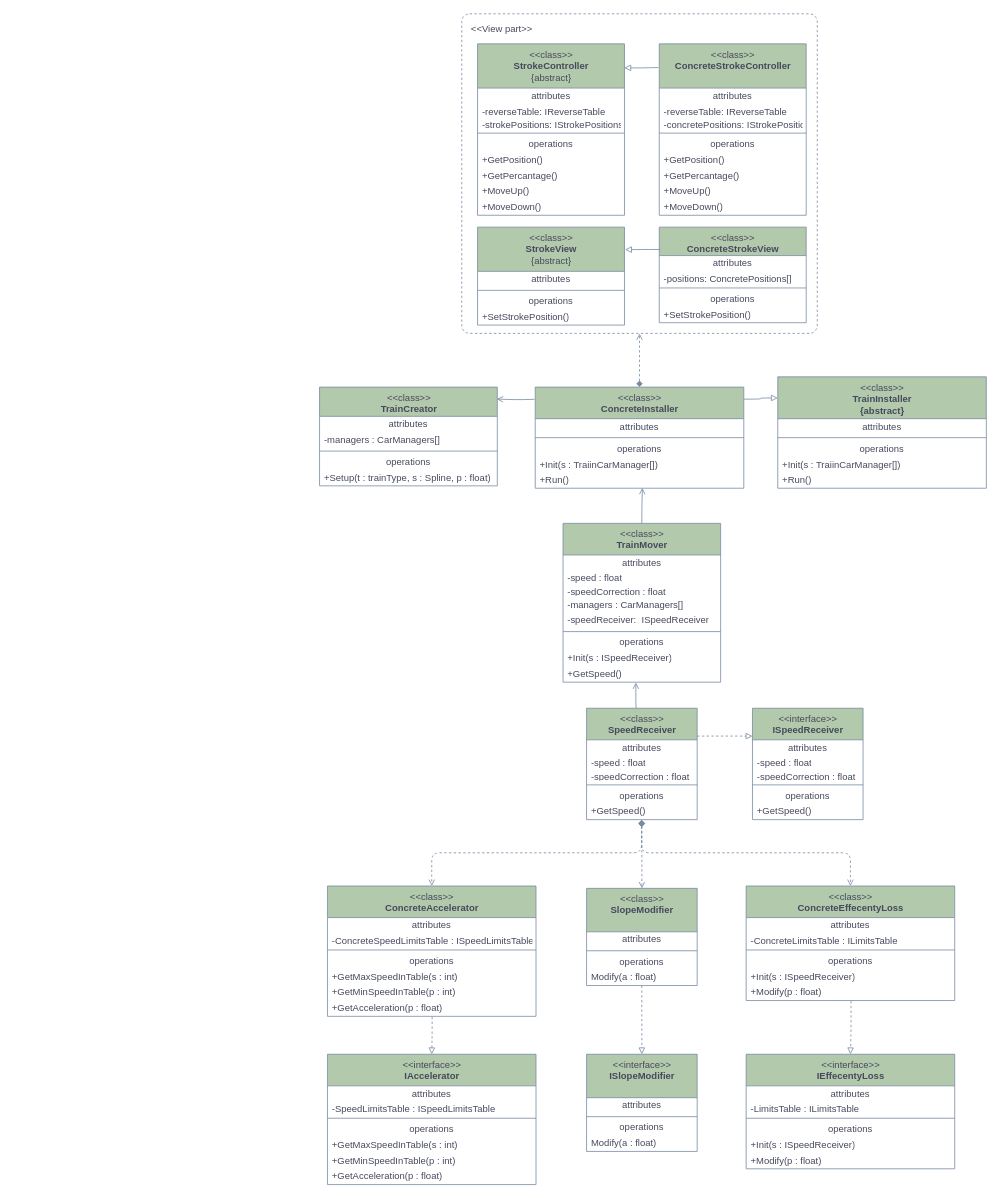
Artemor31/Files keeps this draw.io diagram as UML1.drawio. Above is the earlier version. Source tidied: cells renumbered, new cells numbered last; positions are measured from the earlier drawing's top-left corner, leaving out a move shared by most shapes. Both pictures are drawn from the tidied source at 79%, with x=0, y=0 at pixel (319, 13).
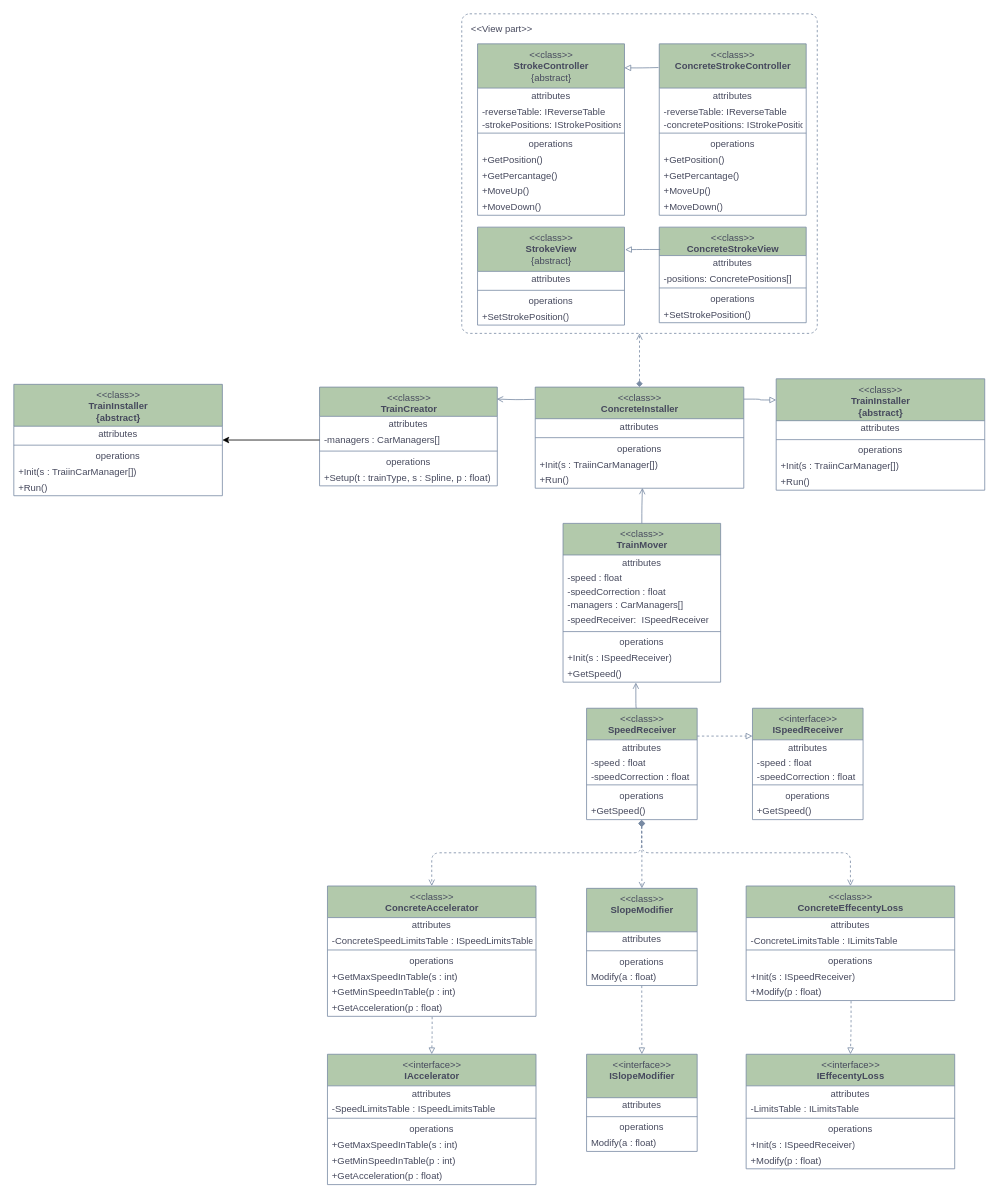
After the change.

Unchanged cells that the change refers to:
```xml
<mxCell id="14" value="-managers : CarManagers[]" style="text;html=1;strokeColor=none;fillColor=none;align=left;verticalAlign=middle;spacingLeft=4;spacingRight=4;overflow=hidden;points=[[0,0.5],[1,0.5]];portConstraint=eastwest;fontColor=#46495D;" parent="12" vertex="1">
  <mxGeometry y="57" width="225" height="20" as="geometry" />
</mxCell>
```

What changed in the source:
```diff
@@
     <mxCell id="72" value="&amp;lt;&amp;lt;class&amp;gt;&amp;gt;&lt;br&gt;&lt;b&gt;TrainInstaller&lt;br&gt;{abstract}&lt;br&gt;&lt;/b&gt;" style="swimlane;fontStyle=0;align=center;verticalAlign=top;horizontal=1;startSize=53;html=1;fillColor=#B2C9AB;strokeColor=#788AA3;fontColor=#46495D;" parent="1" vertex="1">
-      <mxGeometry x="580" y="459.5" width="264" height="141" as="geometry" />
+      <mxGeometry x="578" y="462" width="264" height="141" as="geometry" />
     </mxCell>
@@
+    <mxCell id="130" value="&amp;lt;&amp;lt;class&amp;gt;&amp;gt;&lt;br&gt;&lt;b&gt;TrainInstaller&lt;br&gt;{abstract}&lt;br&gt;&lt;/b&gt;" style="swimlane;fontStyle=0;align=center;verticalAlign=top;horizontal=1;startSize=53;html=1;fillColor=#B2C9AB;strokeColor=#788AA3;fontColor=#46495D;" parent="1" vertex="1">
+      <mxGeometry x="-387" y="469" width="264" height="141" as="geometry" />
+    </mxCell>
+    <mxCell id="131" value="attributes" style="text;html=1;strokeColor=none;fillColor=none;align=center;verticalAlign=middle;spacingLeft=4;spacingRight=4;overflow=hidden;fontColor=#46495D;" parent="130" vertex="1">
+      <mxGeometry y="53" width="264" height="20" as="geometry" />
+    </mxCell>
+    <mxCell id="132" style="line;strokeWidth=1;fillColor=none;align=left;verticalAlign=middle;spacingTop=-1;spacingLeft=3;spacingRight=3;labelPosition=right;strokeColor=#788AA3;fontColor=#46495D;" parent="130" vertex="1">
+      <mxGeometry y="73" width="264" height="8" as="geometry" />
+    </mxCell>
+    <mxCell id="133" value="operations" style="text;html=1;strokeColor=none;fillColor=none;align=center;verticalAlign=middle;spacingLeft=4;spacingRight=4;overflow=hidden;fontColor=#46495D;" parent="130" vertex="1">
+      <mxGeometry y="81" width="264" height="20" as="geometry" />
+    </mxCell>
+    <mxCell id="134" value="+Init(s : TraiinCarManager[])" style="text;html=1;strokeColor=none;fillColor=none;align=left;verticalAlign=middle;spacingLeft=4;spacingRight=4;overflow=hidden;fontColor=#46495D;" parent="130" vertex="1">
+      <mxGeometry y="101" width="264" height="20" as="geometry" />
+    </mxCell>
+    <mxCell id="135" value="+Run()" style="text;html=1;strokeColor=none;fillColor=none;align=left;verticalAlign=middle;spacingLeft=4;spacingRight=4;overflow=hidden;fontColor=#46495D;" parent="130" vertex="1">
+      <mxGeometry y="121" width="264" height="20" as="geometry" />
+    </mxCell>
+    <mxCell id="136" style="edgeStyle=orthogonalEdgeStyle;rounded=0;jettySize=auto;html=1;exitX=0;exitY=0.5;exitDx=0;exitDy=0;entryX=1;entryY=0.5;entryDx=0;entryDy=0;" parent="1" edge="1" source="14" target="130">
+      <mxGeometry relative="1" as="geometry" />
+    </mxCell>
```
